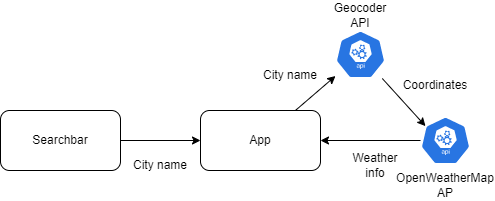
Earlier version of the draw.io export structure.drawio.png (FredzyW/edaf90-weather-app). Source tidied: cells renumbered, new cells last; positions are measured from the earlier drawing's top-left corner, leaving out a move shared by most shapes. Its diagram source:
```xml
<mxGraphModel>
  <root>
    <mxCell id="0" />
    <mxCell id="1" parent="0" />
    <mxCell id="2" style="edgeStyle=none;html=1;" parent="1" edge="1" source="3" target="5">
      <mxGeometry relative="1" as="geometry" />
    </mxCell>
    <mxCell id="3" value="Searchbar" style="rounded=1;whiteSpace=wrap;html=1;" parent="1" vertex="1">
      <mxGeometry y="110" width="120" height="60" as="geometry" />
    </mxCell>
    <mxCell id="4" style="edgeStyle=none;html=1;" parent="1" edge="1" source="5" target="10">
      <mxGeometry relative="1" as="geometry" />
    </mxCell>
    <mxCell id="5" value="App" style="rounded=1;whiteSpace=wrap;html=1;" parent="1" vertex="1">
      <mxGeometry x="200" y="110" width="120" height="60" as="geometry" />
    </mxCell>
    <mxCell id="6" style="edgeStyle=none;html=1;" parent="1" edge="1" source="7" target="5">
      <mxGeometry relative="1" as="geometry" />
    </mxCell>
    <mxCell id="7" style="sketch=0;html=1;dashed=0;whitespace=wrap;fillColor=#2875E2;strokeColor=#ffffff;points=[[0.005,0.63,0],[0.1,0.2,0],[0.9,0.2,0],[0.5,0,0],[0.995,0.63,0],[0.72,0.99,0],[0.5,1,0],[0.28,0.99,0]];verticalLabelPosition=bottom;align=center;verticalAlign=top;shape=mxgraph.kubernetes.icon;prIcon=api;" parent="1" vertex="1">
      <mxGeometry x="420" y="116" width="50" height="48" as="geometry" />
    </mxCell>
    <mxCell id="8" value="OpenWeatherMap&lt;br&gt;AP" style="text;strokeColor=none;align=center;fillColor=none;html=1;verticalAlign=middle;whiteSpace=wrap;rounded=0;" parent="1" vertex="1">
      <mxGeometry x="415" y="170" width="60" height="30" as="geometry" />
    </mxCell>
    <mxCell id="9" style="edgeStyle=none;html=1;entryX=0.1;entryY=0.2;entryDx=0;entryDy=0;entryPerimeter=0;" parent="1" edge="1" source="10" target="7">
      <mxGeometry relative="1" as="geometry" />
    </mxCell>
    <mxCell id="10" style="sketch=0;html=1;dashed=0;whitespace=wrap;fillColor=#2875E2;strokeColor=#ffffff;points=[[0.005,0.63,0],[0.1,0.2,0],[0.9,0.2,0],[0.5,0,0],[0.995,0.63,0],[0.72,0.99,0],[0.5,1,0],[0.28,0.99,0]];verticalLabelPosition=bottom;align=center;verticalAlign=top;shape=mxgraph.kubernetes.icon;prIcon=api;" parent="1" vertex="1">
      <mxGeometry x="335" y="30" width="50" height="48" as="geometry" />
    </mxCell>
    <mxCell id="11" value="Geocoder&lt;br&gt;API" style="text;strokeColor=none;align=center;fillColor=none;html=1;verticalAlign=middle;whiteSpace=wrap;rounded=0;" parent="1" vertex="1">
      <mxGeometry x="330" width="60" height="30" as="geometry" />
    </mxCell>
    <mxCell id="12" value="City name" style="text;strokeColor=none;align=center;fillColor=none;html=1;verticalAlign=middle;whiteSpace=wrap;rounded=0;" parent="1" vertex="1">
      <mxGeometry x="130" y="150" width="60" height="30" as="geometry" />
    </mxCell>
    <mxCell id="13" value="City name" style="text;strokeColor=none;align=center;fillColor=none;html=1;verticalAlign=middle;whiteSpace=wrap;rounded=0;" parent="1" vertex="1">
      <mxGeometry x="260" y="60" width="60" height="30" as="geometry" />
    </mxCell>
    <mxCell id="14" value="Coordinates" style="text;strokeColor=none;align=center;fillColor=none;html=1;verticalAlign=middle;whiteSpace=wrap;rounded=0;" parent="1" vertex="1">
      <mxGeometry x="405" y="70" width="60" height="30" as="geometry" />
    </mxCell>
    <mxCell id="15" value="Weather info" style="text;strokeColor=none;align=center;fillColor=none;html=1;verticalAlign=middle;whiteSpace=wrap;rounded=0;" parent="1" vertex="1">
      <mxGeometry x="345" y="150" width="60" height="30" as="geometry" />
    </mxCell>
  </root>
</mxGraphModel>
```
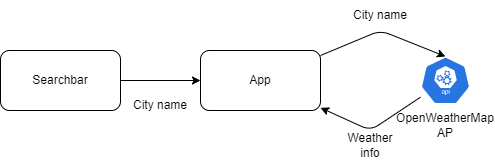
The same diagram one commit later.

Diff of the diagram source:
```diff
@@ -8,14 +8,22 @@
     <mxCell id="3" value="Searchbar" style="rounded=1;whiteSpace=wrap;html=1;" parent="1" vertex="1">
       <mxGeometry y="110" width="120" height="60" as="geometry" />
     </mxCell>
-    <mxCell id="4" style="edgeStyle=none;html=1;" parent="1" edge="1" source="5" target="10">
-      <mxGeometry relative="1" as="geometry" />
+    <mxCell id="4" style="edgeStyle=none;html=1;entryX=0.5;entryY=0;entryDx=0;entryDy=0;entryPerimeter=0;" parent="1" edge="1" source="5" target="7">
+      <mxGeometry relative="1" as="geometry">
+        <Array as="points">
+          <mxPoint x="380" y="90" />
+        </Array>
+      </mxGeometry>
     </mxCell>
     <mxCell id="5" value="App" style="rounded=1;whiteSpace=wrap;html=1;" parent="1" vertex="1">
       <mxGeometry x="200" y="110" width="120" height="60" as="geometry" />
     </mxCell>
     <mxCell id="6" style="edgeStyle=none;html=1;" parent="1" edge="1" source="7" target="5">
-      <mxGeometry relative="1" as="geometry" />
+      <mxGeometry relative="1" as="geometry">
+        <Array as="points">
+          <mxPoint x="370" y="190" />
+        </Array>
+      </mxGeometry>
     </mxCell>
     <mxCell id="7" style="sketch=0;html=1;dashed=0;whitespace=wrap;fillColor=#2875E2;strokeColor=#ffffff;points=[[0.005,0.63,0],[0.1,0.2,0],[0.9,0.2,0],[0.5,0,0],[0.995,0.63,0],[0.72,0.99,0],[0.5,1,0],[0.28,0.99,0]];verticalLabelPosition=bottom;align=center;verticalAlign=top;shape=mxgraph.kubernetes.icon;prIcon=api;" parent="1" vertex="1">
       <mxGeometry x="420" y="116" width="50" height="48" as="geometry" />
@@ -23,26 +31,14 @@
     <mxCell id="8" value="OpenWeatherMap&lt;br&gt;AP" style="text;strokeColor=none;align=center;fillColor=none;html=1;verticalAlign=middle;whiteSpace=wrap;rounded=0;" parent="1" vertex="1">
       <mxGeometry x="415" y="170" width="60" height="30" as="geometry" />
     </mxCell>
-    <mxCell id="9" style="edgeStyle=none;html=1;entryX=0.1;entryY=0.2;entryDx=0;entryDy=0;entryPerimeter=0;" parent="1" edge="1" source="10" target="7">
-      <mxGeometry relative="1" as="geometry" />
-    </mxCell>
-    <mxCell id="10" style="sketch=0;html=1;dashed=0;whitespace=wrap;fillColor=#2875E2;strokeColor=#ffffff;points=[[0.005,0.63,0],[0.1,0.2,0],[0.9,0.2,0],[0.5,0,0],[0.995,0.63,0],[0.72,0.99,0],[0.5,1,0],[0.28,0.99,0]];verticalLabelPosition=bottom;align=center;verticalAlign=top;shape=mxgraph.kubernetes.icon;prIcon=api;" parent="1" vertex="1">
-      <mxGeometry x="335" y="30" width="50" height="48" as="geometry" />
-    </mxCell>
-    <mxCell id="11" value="Geocoder&lt;br&gt;API" style="text;strokeColor=none;align=center;fillColor=none;html=1;verticalAlign=middle;whiteSpace=wrap;rounded=0;" parent="1" vertex="1">
-      <mxGeometry x="330" width="60" height="30" as="geometry" />
-    </mxCell>
     <mxCell id="12" value="City name" style="text;strokeColor=none;align=center;fillColor=none;html=1;verticalAlign=middle;whiteSpace=wrap;rounded=0;" parent="1" vertex="1">
       <mxGeometry x="130" y="150" width="60" height="30" as="geometry" />
     </mxCell>
     <mxCell id="13" value="City name" style="text;strokeColor=none;align=center;fillColor=none;html=1;verticalAlign=middle;whiteSpace=wrap;rounded=0;" parent="1" vertex="1">
-      <mxGeometry x="260" y="60" width="60" height="30" as="geometry" />
+      <mxGeometry x="350" y="60" width="60" height="30" as="geometry" />
     </mxCell>
-    <mxCell id="14" value="Coordinates" style="text;strokeColor=none;align=center;fillColor=none;html=1;verticalAlign=middle;whiteSpace=wrap;rounded=0;" parent="1" vertex="1">
-      <mxGeometry x="405" y="70" width="60" height="30" as="geometry" />
-    </mxCell>
     <mxCell id="15" value="Weather info" style="text;strokeColor=none;align=center;fillColor=none;html=1;verticalAlign=middle;whiteSpace=wrap;rounded=0;" parent="1" vertex="1">
-      <mxGeometry x="345" y="150" width="60" height="30" as="geometry" />
+      <mxGeometry x="340" y="190" width="60" height="30" as="geometry" />
     </mxCell>
   </root>
 </mxGraphModel>
```
